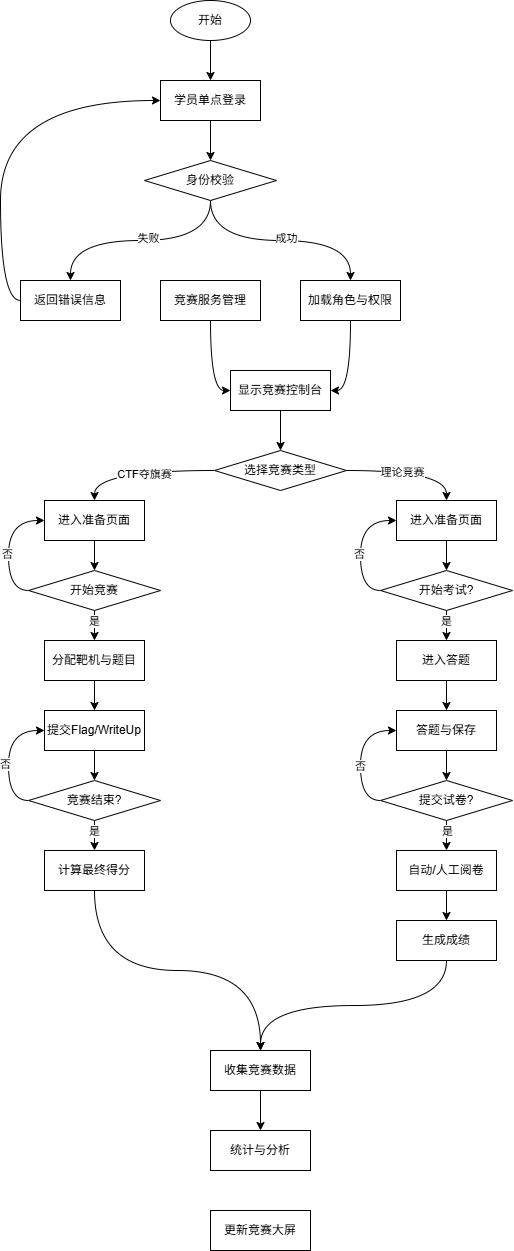
This is 竞赛一体化平台系统信息流程图.png from BlueTeethAC/drowIOWarehouse, a draw.io export, as it was before one commit. Source tidied: cells renumbered, new cells last; positions are measured from the earlier drawing's top-left corner, leaving out a move shared by most shapes.
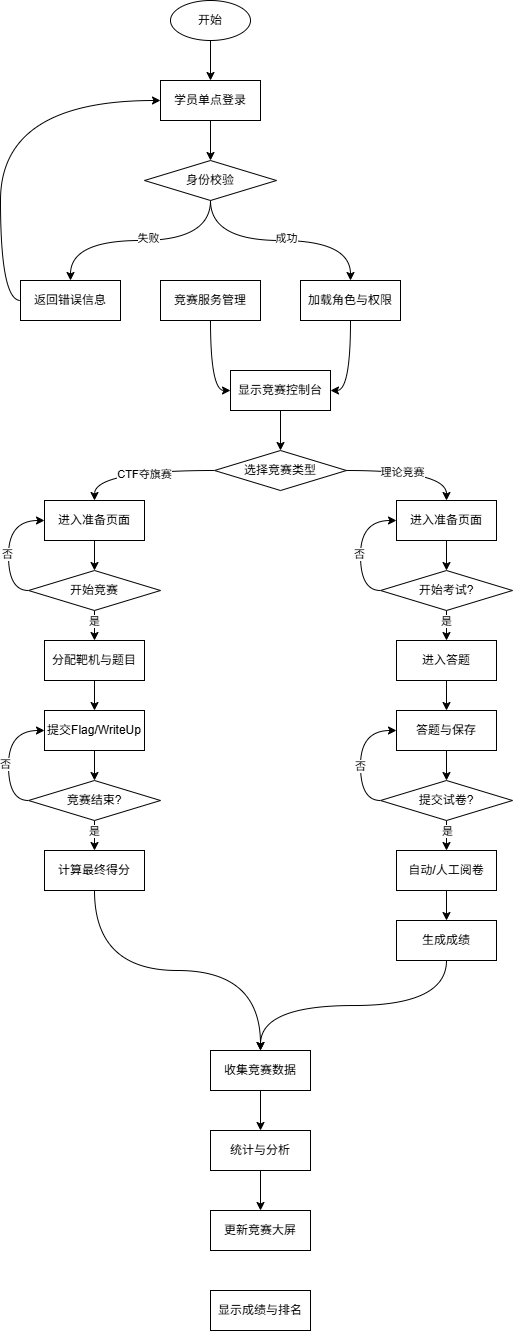
The same file after the commit.

Commit message:
更新竞赛一体化平台系统信息流程图.png

The edit, as a diff of the source:
```diff
@@ -188,11 +188,17 @@
     <mxCell id="63" value="收集竞赛数据" style="rounded=0;whiteSpace=wrap;html=1;" parent="1" vertex="1">
       <mxGeometry x="190" y="1050" width="100" height="40" as="geometry" />
     </mxCell>
+    <mxCell id="66" style="edgeStyle=orthogonalEdgeStyle;curved=1;rounded=0;jettySize=auto;html=1;exitX=0.5;exitY=1;exitDx=0;exitDy=0;entryX=0.5;entryY=0;entryDx=0;entryDy=0;" parent="1" edge="1" source="64" target="65">
+      <mxGeometry relative="1" as="geometry" />
+    </mxCell>
     <mxCell id="64" value="统计与分析" style="rounded=0;whiteSpace=wrap;html=1;" parent="1" vertex="1">
       <mxGeometry x="190" y="1130" width="100" height="40" as="geometry" />
     </mxCell>
     <mxCell id="65" value="更新竞赛大屏" style="rounded=0;whiteSpace=wrap;html=1;" parent="1" vertex="1">
       <mxGeometry x="190" y="1210" width="100" height="40" as="geometry" />
     </mxCell>
+    <mxCell id="67" value="显示成绩与排名" style="rounded=0;whiteSpace=wrap;html=1;" parent="1" vertex="1">
+      <mxGeometry x="190" y="1290" width="100" height="40" as="geometry" />
+    </mxCell>
   </root>
 </mxGraphModel>
```
